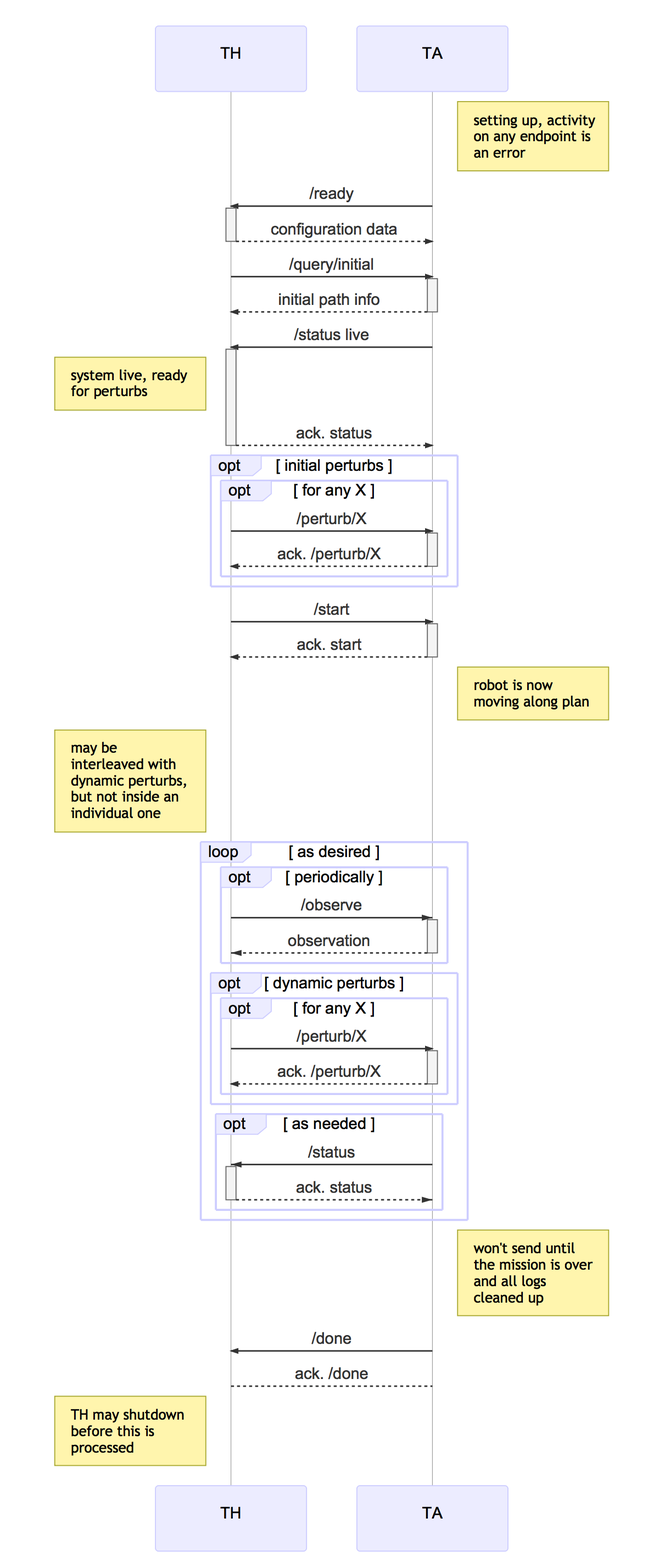
Above: documents/sequences/cp3.mmd.png in cmu-mars/cmu-robotics (Mermaid), before the change. Its source is kept beside it as documents/sequences/cp3.mmd.
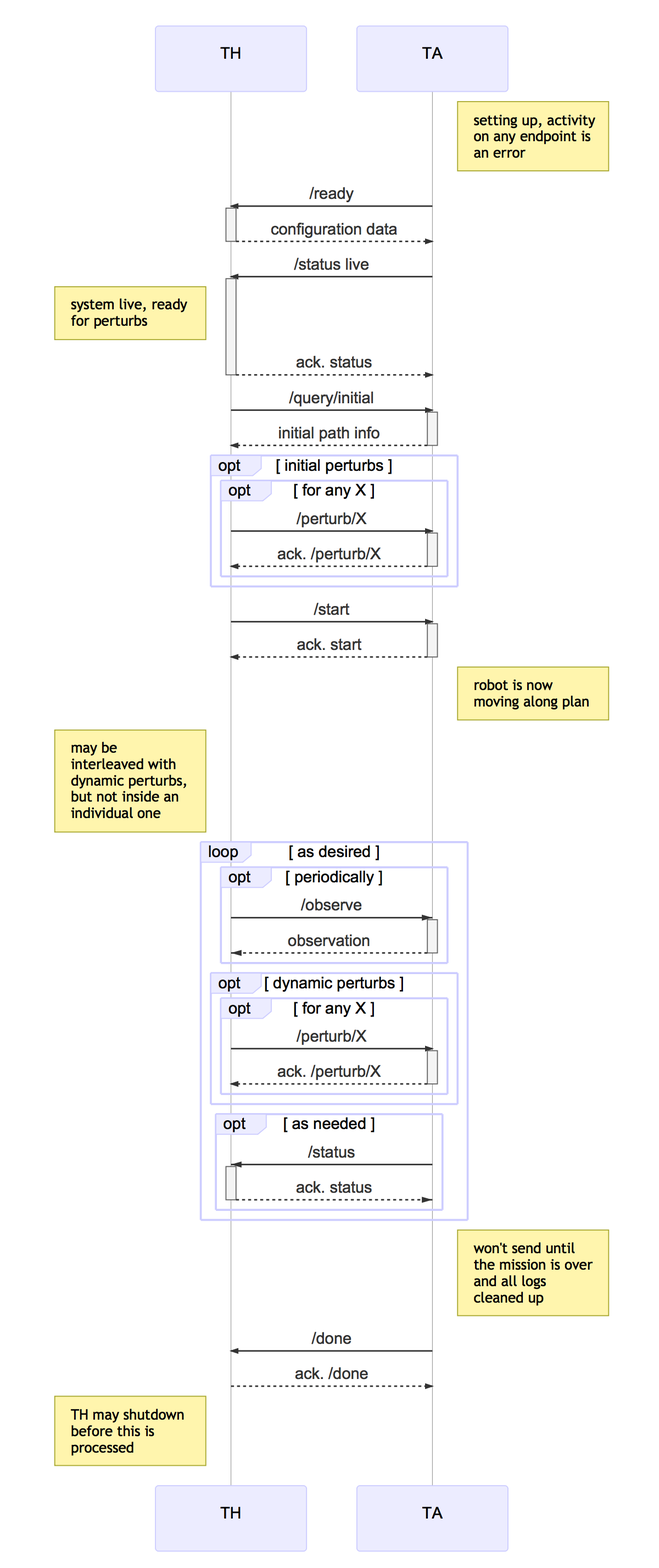
After the commit.

What changed in the source:
```diff
@@ -6,12 +6,13 @@
 
         TA ->>+ TH: /ready
         TH -->>- TA: configuration data
-        TH ->>+ TA: /query/initial
-        TA -->>- TH: initial path info
 
         TA ->>+ TH: /status live
         Note left of TH: system live, ready for perturbs
         TH -->>- TA: ack. status
+
+        TH ->>+ TA: /query/initial
+        TA -->>- TH: initial path info
 
         opt initial perturbs
             opt for any X
@@ -46,6 +47,6 @@
 
         Note right of TA: won't send until the mission is over and all logs cleaned up
         TA ->> TH: /done
-        TH --> TA: ack. /done
+        TH -->> TA: ack. /done
 
         Note left of TH: TH may shutdown before this is processed
```
